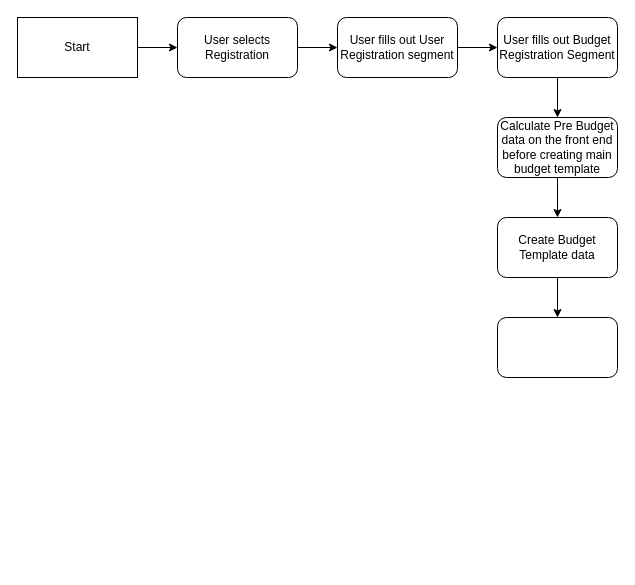
Above: BudgetRegistrationFlow.drawio in AKing982/BudgetBuddy (draw.io), before the change. Source tidied: cells renumbered, new cells numbered last; positions are measured from the earlier drawing's top-left corner, leaving out a move shared by most shapes. Both pictures are drawn from the tidied source at 100%, with x=0, y=0 at pixel (17, 17).
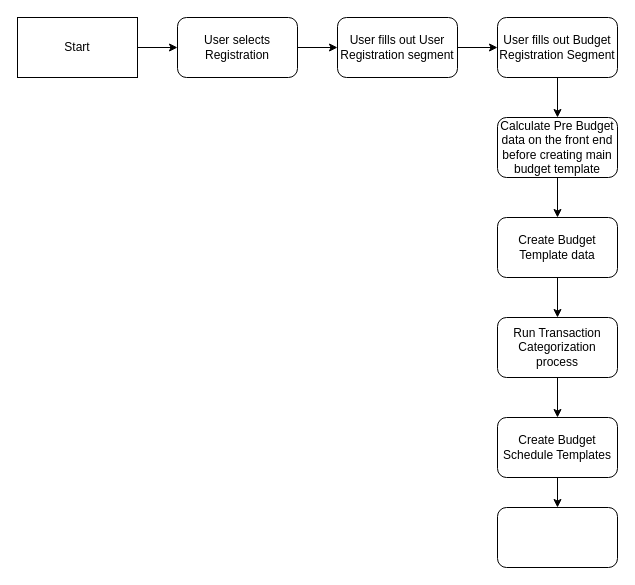
The same page after the edit.

Change to the diagram source:
```diff
@@
-    <mxCell id="14" style="rounded=1;whiteSpace=wrap;html=1;" parent="1" vertex="1">
+    <mxCell id="14" value="Run Transaction Categorization process" style="rounded=1;whiteSpace=wrap;html=1;" parent="1" vertex="1">
       <mxGeometry x="480" y="300" width="120" height="60" as="geometry" />
     </mxCell>
+    <mxCell id="15" style="endArrow=classic;html=1;rounded=0;exitX=0.5;exitY=1;exitDx=0;exitDy=0;" parent="1" edge="1" source="14">
+      <mxGeometry relative="1" as="geometry">
+        <mxPoint x="540" y="400" as="targetPoint" />
+      </mxGeometry>
+    </mxCell>
+    <mxCell id="16" value="Create Budget Schedule Templates" style="rounded=1;whiteSpace=wrap;html=1;" parent="1" vertex="1">
+      <mxGeometry x="480" y="400" width="120" height="60" as="geometry" />
+    </mxCell>
+    <mxCell id="17" style="endArrow=classic;html=1;rounded=0;exitX=0.5;exitY=1;exitDx=0;exitDy=0;" parent="1" edge="1" source="16">
+      <mxGeometry relative="1" as="geometry">
+        <mxPoint x="540" y="490" as="targetPoint" />
+      </mxGeometry>
+    </mxCell>
+    <mxCell id="18" style="rounded=1;whiteSpace=wrap;html=1;" parent="1" vertex="1">
+      <mxGeometry x="480" y="490" width="120" height="60" as="geometry" />
+    </mxCell>
```
